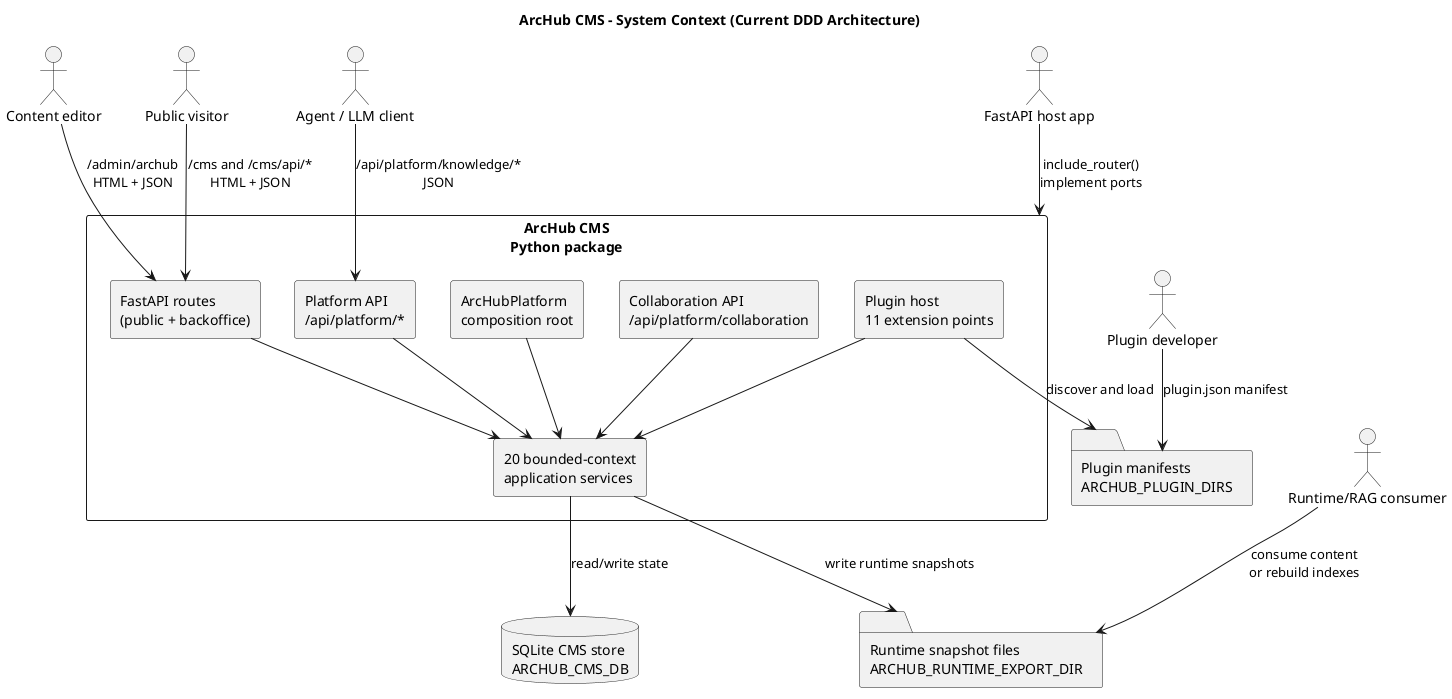
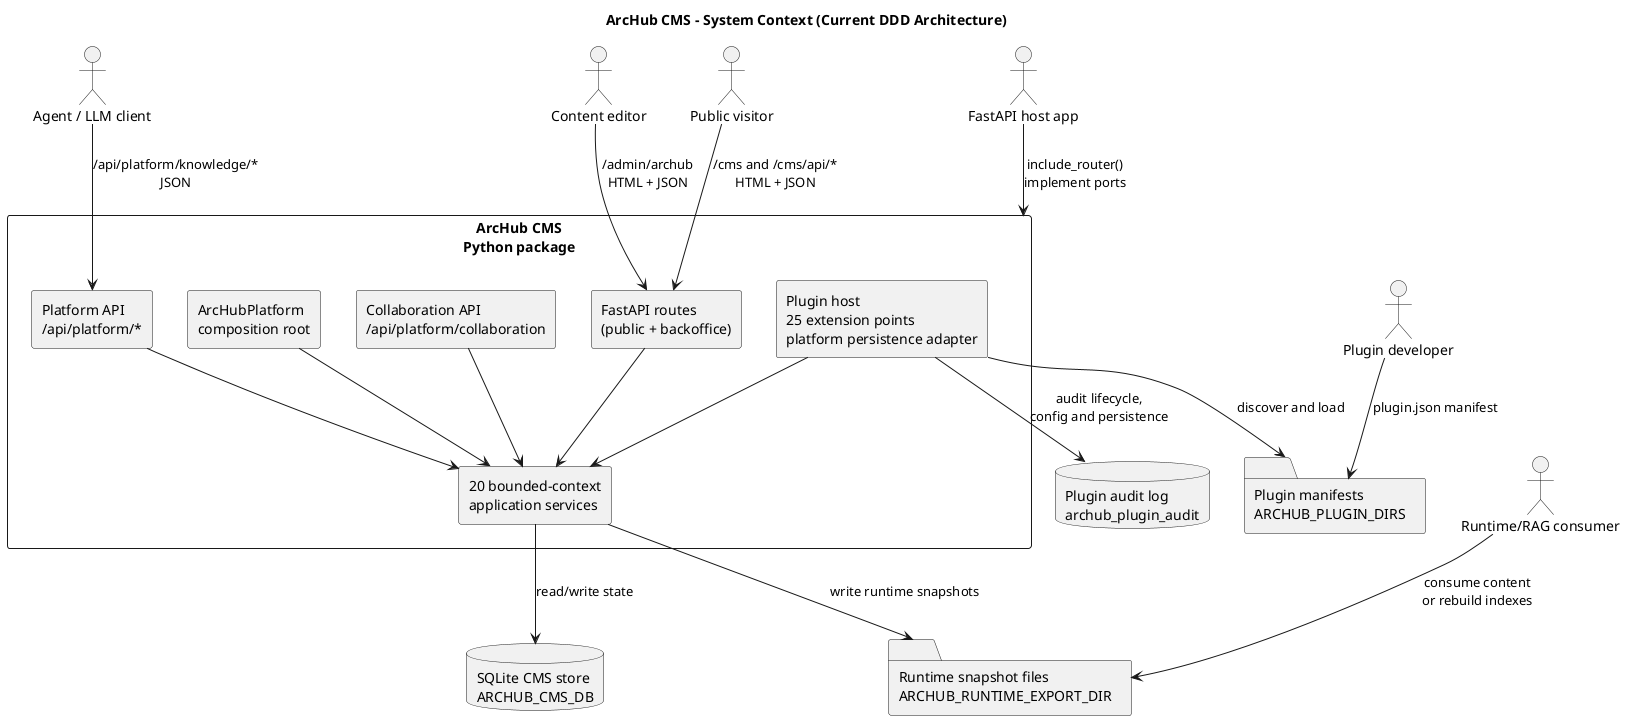
@startuml
title ArcHub CMS - System Context (Current DDD Architecture)
skinparam componentStyle rectangle
skinparam shadowing false
skinparam defaultFontName Arial

actor "Content editor" as Editor
actor "Public visitor" as Visitor
actor "FastAPI host app" as Host
actor "Runtime/RAG consumer" as RuntimeConsumer
actor "Plugin developer" as PluginDev
actor "Agent / LLM client" as AgentClient

rectangle "ArcHub CMS\nPython package" as ArcHub {
    rectangle "FastAPI routes\n(public + backoffice)" as Routes
    rectangle "Platform API\n/api/platform/*" as PlatformAPI
    rectangle "Collaboration API\n/api/platform/collaboration" as CollabAPI
    rectangle "ArcHubPlatform\ncomposition root" as PlatformRoot
    rectangle "20 bounded-context\napplication services" as Services
-     rectangle "Plugin host\n11 extension points" as Plugins
+     rectangle "Plugin host\n25 extension points\nplatform persistence adapter" as Plugins
}

database "SQLite CMS store\nARCHUB_CMS_DB" as SQLite
+ database "Plugin audit log\narchub_plugin_audit" as PluginAudit
folder "Runtime snapshot files\nARCHUB_RUNTIME_EXPORT_DIR" as Export
folder "Plugin manifests\nARCHUB_PLUGIN_DIRS" as PluginFiles

Editor --> Routes : /admin/archub\nHTML + JSON
Visitor --> Routes : /cms and /cms/api/*\nHTML + JSON
AgentClient --> PlatformAPI : /api/platform/knowledge/*\nJSON
Host --> ArcHub : include_router()\nimplement ports
PluginDev --> PluginFiles : plugin.json manifest

Routes --> Services
PlatformAPI --> Services
CollabAPI --> Services
PlatformRoot --> Services
Plugins --> Services
Services --> SQLite : read/write state
+ Plugins --> PluginAudit : audit lifecycle,\nconfig and persistence
Services --> Export : write runtime snapshots
RuntimeConsumer --> Export : consume content\nor rebuild indexes
Plugins --> PluginFiles : discover and load
@enduml
